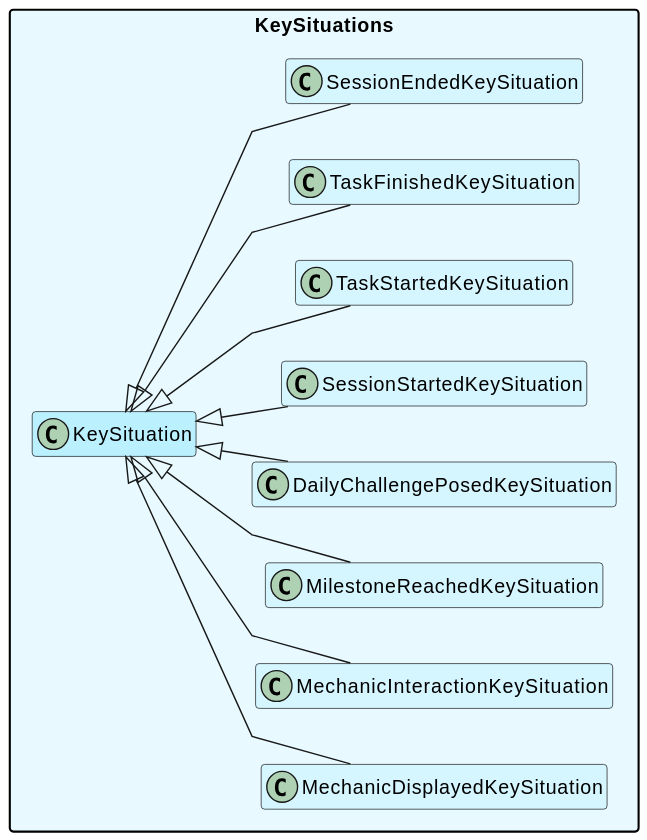
The PlantUML diagram out/UML/keysituations/keysituations.svg in Maks-stack/ontology, before a commit.
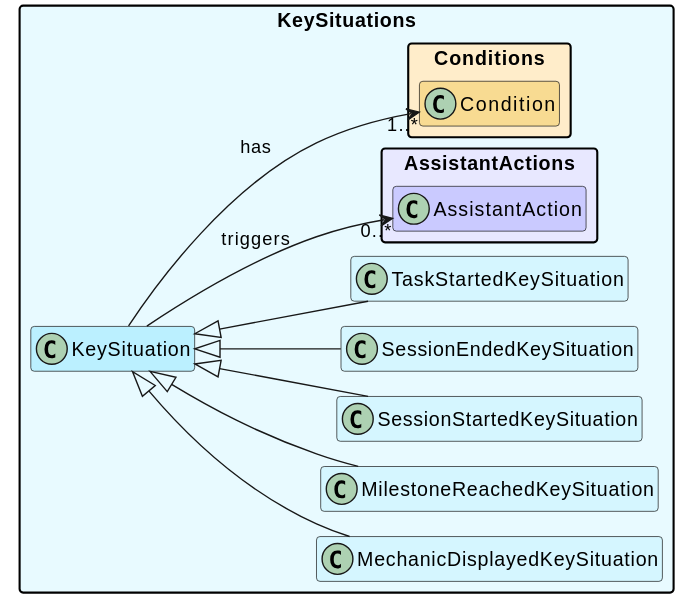
Later version of the same file.

Diff of the diagram source:
```diff
@@ -1,5 +1,6 @@
 @startuml
 skinparam linetype polyline
+!pragma layout smetana
 hide empty methods
 hide empty attributes
 hide empty members
@@ -13,14 +14,24 @@
 !define keySituationsLight #d5f6ffff
 
 package KeySituations keySituationsBack {
-  class KeySituation keySituationsFront
+  class KeySituation keySituationsFront {
+
+  }
   class MechanicDisplayedKeySituation keySituationsLight extends KeySituation
-  class MechanicInteractionKeySituation keySituationsLight extends KeySituation
   class MilestoneReachedKeySituation keySituationsLight extends KeySituation
-  class DailyChallengePosedKeySituation keySituationsLight extends KeySituation
   class SessionStartedKeySituation keySituationsLight extends KeySituation
+  class SessionEndedKeySituation keySituationsLight extends KeySituation
   class TaskStartedKeySituation keySituationsLight extends KeySituation
-  class TaskFinishedKeySituation keySituationsLight extends KeySituation
-  class SessionEndedKeySituation keySituationsLight extends KeySituation
+
+  !if ($renderMode != "master")
+  package AssistantActions #e8e8ffff {
+    class AssistantAction #cacaffff
+  }
+  package Conditions #ffedcaff {
+    class Condition #f8db92ff
+  }
+  KeySituation --> "0..*" AssistantActions.AssistantAction : triggers
+  KeySituation --> "1..*" Conditions.Condition : has
+  !endif
 }
 @enduml
```
